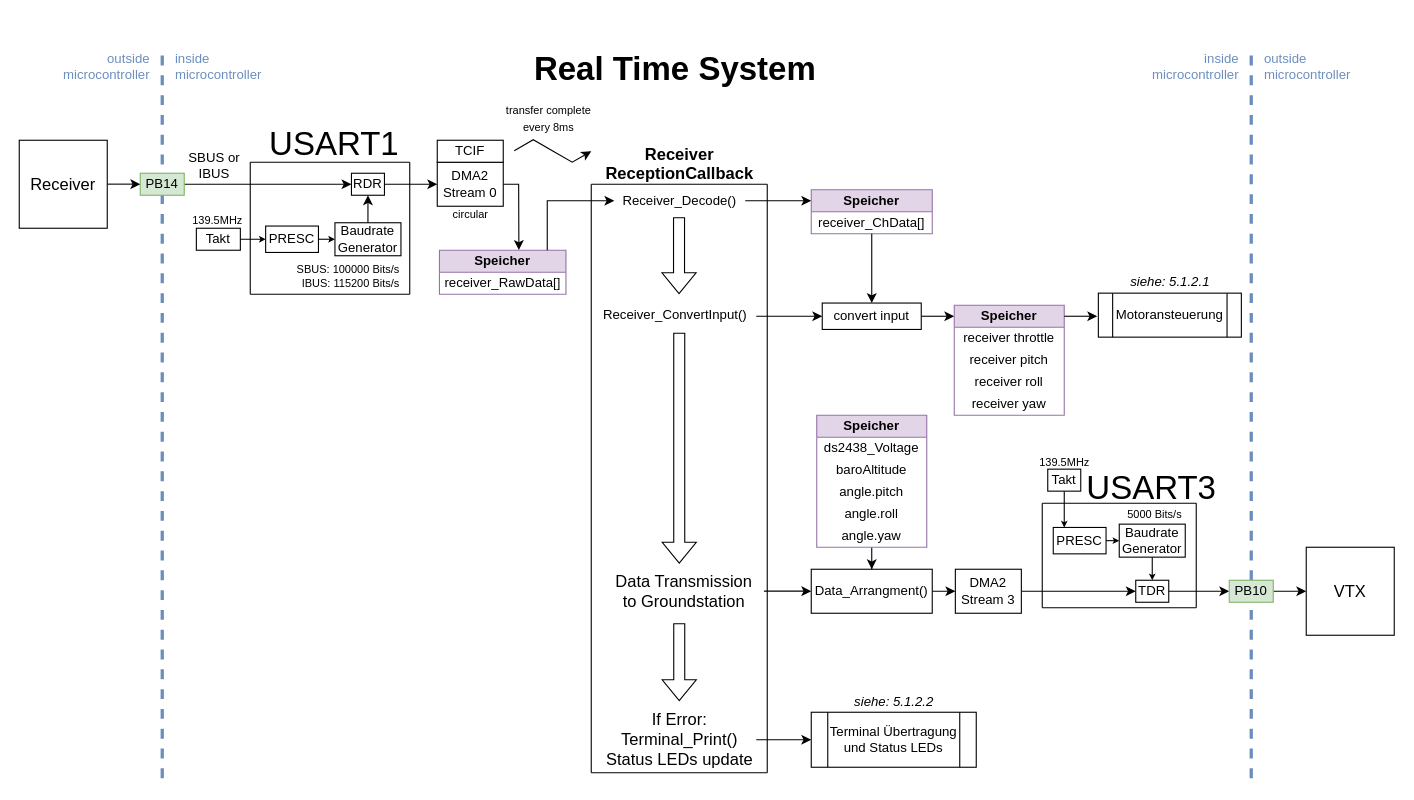
Before: page "Real Time System" (3 of 5) of Dokumentation/Bilder/Softwarearchitektur/Softwarearchitektur.drawio in FrogMoment/FPV_Drohne_202324, a draw.io diagram. Source tidied: cells renumbered, new cells numbered last; positions are measured from the earlier drawing's top-left corner, leaving out a move shared by most shapes. Both pictures are drawn from the tidied source at 110%, with x=0, y=0 at pixel (19, 41).
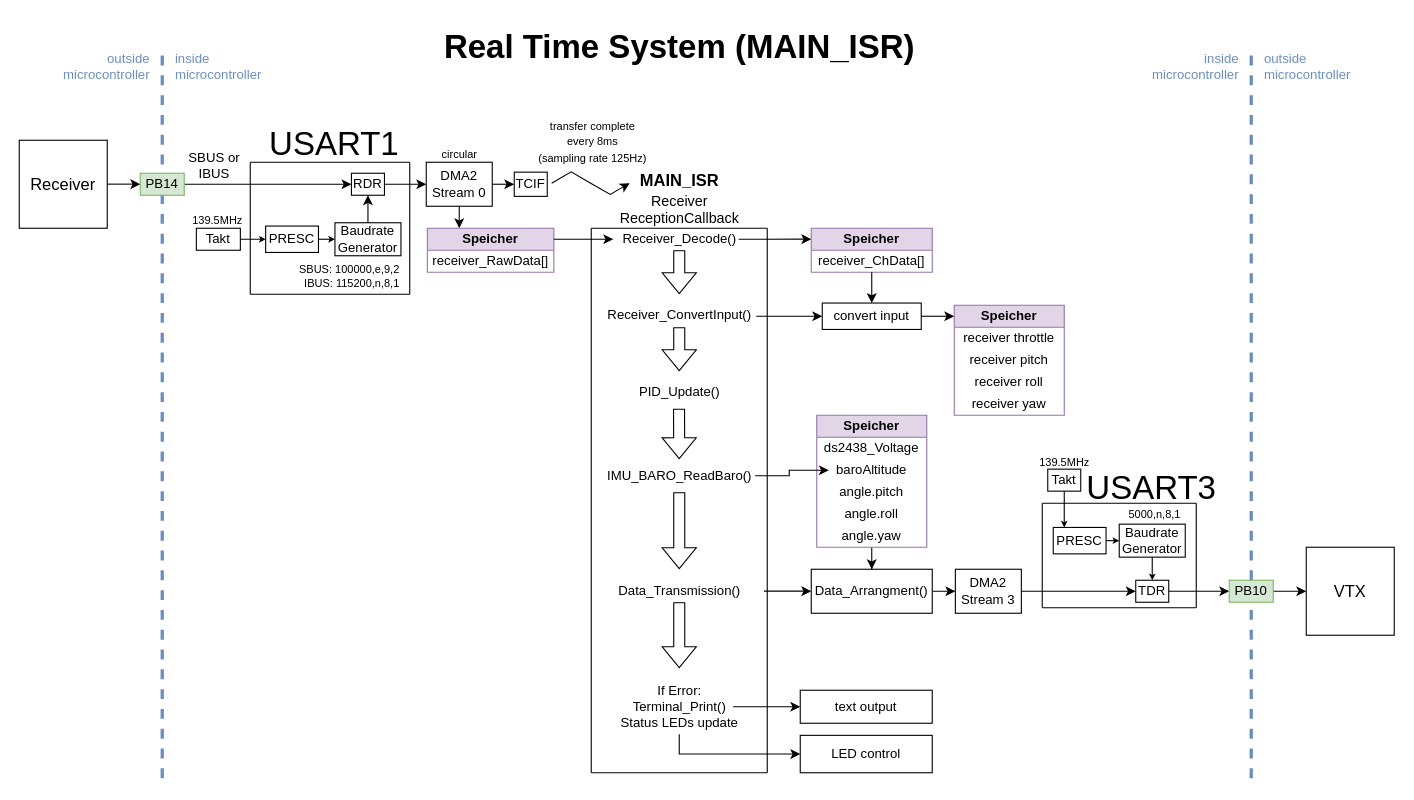
After the change.

Diff of the diagram source:
```diff
@@
-    <mxCell id="14" value="&lt;p style=&quot;line-height: 100%;&quot;&gt;&lt;/p&gt;&lt;div style=&quot;&quot;&gt;&lt;span style=&quot;font-size: 10px; background-color: initial;&quot;&gt;SBUS: 100000 Bits/s&lt;/span&gt;&lt;/div&gt;&lt;font style=&quot;font-size: 10px;&quot;&gt;&lt;div style=&quot;&quot;&gt;&lt;span style=&quot;background-color: initial;&quot;&gt;IBUS: 115200 Bits/s&lt;/span&gt;&lt;/div&gt;&lt;/font&gt;&lt;p&gt;&lt;/p&gt;" style="text;html=1;align=right;verticalAlign=middle;strokeColor=none;fillColor=none;" parent="1" vertex="1">
-      <mxGeometry x="227" y="183" width="120" height="60" as="geometry" />
+    <mxCell id="14" value="&lt;p style=&quot;line-height: 100%;&quot;&gt;&lt;/p&gt;&lt;div style=&quot;&quot;&gt;&lt;span style=&quot;font-size: 10px; background-color: initial;&quot;&gt;SBUS: 100000,e,9,2&lt;/span&gt;&lt;/div&gt;&lt;font style=&quot;font-size: 10px;&quot;&gt;&lt;div style=&quot;&quot;&gt;&lt;span style=&quot;background-color: initial;&quot;&gt;IBUS: 115200,n,8&lt;/span&gt;&lt;span style=&quot;background-color: initial;&quot;&gt;,1&lt;/span&gt;&lt;/div&gt;&lt;/font&gt;&lt;p&gt;&lt;/p&gt;" style="text;html=1;align=right;verticalAlign=middle;strokeColor=none;fillColor=none;" parent="1" vertex="1">
+      <mxGeometry x="237" y="183" width="110" height="60" as="geometry" />
     </mxCell>
@@
     <mxCell id="24" value="DMA2&lt;br&gt;Stream 0" style="whiteSpace=wrap;html=1;" parent="1" vertex="1">
-      <mxGeometry x="380" y="110" width="60" height="40" as="geometry" />
+      <mxGeometry x="370" y="110" width="60" height="40" as="geometry" />
     </mxCell>
     <mxCell id="25" value="&lt;font style=&quot;font-size: 10px;&quot;&gt;circular&lt;/font&gt;" style="text;html=1;align=center;verticalAlign=middle;strokeColor=none;fillColor=none;" parent="1" vertex="1">
-      <mxGeometry x="380" y="142" width="60" height="30" as="geometry" />
+      <mxGeometry x="370" y="88" width="60" height="30" as="geometry" />
     </mxCell>
     <mxCell id="26" value="TCIF" style="whiteSpace=wrap;html=1;" parent="1" vertex="1">
-      <mxGeometry x="380" y="90" width="60" height="20" as="geometry" />
+      <mxGeometry x="450" y="119" width="30" height="22" as="geometry" />
     </mxCell>
     <mxCell id="27" value="&lt;b&gt;Speicher&lt;/b&gt;" style="swimlane;fontStyle=0;horizontal=1;startSize=20;whiteSpace=wrap;html=1;fillColor=#e1d5e7;strokeColor=#9673a6;" parent="1" vertex="1">
-      <mxGeometry x="382" y="190" width="115" height="40" as="geometry" />
+      <mxGeometry x="371" y="170" width="115" height="40" as="geometry" />
     </mxCell>
@@
-    <mxCell id="29" value="&lt;b&gt;&lt;font style=&quot;font-size: 15px;&quot;&gt;Receiver&lt;br&gt;ReceptionCallback&lt;/font&gt;&lt;/b&gt;" style="text;html=1;align=center;verticalAlign=middle;strokeColor=none;fillColor=none;" parent="1" vertex="1">
-      <mxGeometry x="520" y="86" width="160" height="50" as="geometry" />
+    <mxCell id="29" value="&lt;font style=&quot;font-size: 13px;&quot;&gt;Receiver&lt;br&gt;ReceptionCallback&lt;/font&gt;" style="text;html=1;align=center;verticalAlign=middle;strokeColor=none;fillColor=none;" parent="1" vertex="1">
+      <mxGeometry x="535" y="133" width="130" height="40" as="geometry" />
     </mxCell>
     <mxCell id="30" style="edgeStyle=isometricEdgeStyle;endArrow=classic;html=1;rounded=0;endFill=1;" parent="1" edge="1">
       <mxGeometry relative="1" as="geometry">
-        <mxPoint x="450" y="99.5" as="sourcePoint" />
-        <mxPoint x="520" y="100" as="targetPoint" />
+        <mxPoint x="484" y="129" as="sourcePoint" />
+        <mxPoint x="555" y="129" as="targetPoint" />
       </mxGeometry>
     </mxCell>
     <mxCell id="31" value="Receiver_Decode()" style="text;html=1;align=center;verticalAlign=middle;strokeColor=none;fillColor=none;" parent="1" vertex="1">
-      <mxGeometry x="535" y="130" width="130" height="30" as="geometry" />
+      <mxGeometry x="535" y="165" width="130" height="30" as="geometry" />
     </mxCell>
     <mxCell id="32" style="endArrow=none;html=1;rounded=0;" parent="1" edge="1">
       <mxGeometry relative="1" as="geometry">
-        <mxPoint x="520" y="130" as="sourcePoint" />
-        <mxPoint x="680" y="130" as="targetPoint" />
+        <mxPoint x="520" y="170" as="sourcePoint" />
+        <mxPoint x="680" y="170" as="targetPoint" />
       </mxGeometry>
     </mxCell>
     <mxCell id="33" style="endArrow=none;html=1;rounded=0;" parent="1" edge="1">
       <mxGeometry relative="1" as="geometry">
         <mxPoint x="680" y="665" as="sourcePoint" />
-        <mxPoint x="680" y="130" as="targetPoint" />
+        <mxPoint x="680" y="170" as="targetPoint" />
       </mxGeometry>
     </mxCell>
     <mxCell id="34" style="endArrow=none;html=1;rounded=0;" parent="1" edge="1">
       <mxGeometry relative="1" as="geometry">
         <mxPoint x="520" y="665" as="sourcePoint" />
-        <mxPoint x="520" y="130" as="targetPoint" />
+        <mxPoint x="520" y="170" as="targetPoint" />
       </mxGeometry>
     </mxCell>
-    <mxCell id="35" value="&lt;font style=&quot;font-size: 10px;&quot;&gt;transfer complete&lt;br&gt;every 8ms&lt;br&gt;&lt;/font&gt;" style="text;html=1;align=center;verticalAlign=middle;strokeColor=none;fillColor=none;rotation=0;" parent="1" vertex="1">
-      <mxGeometry x="431" y="50" width="100" height="40" as="geometry" />
+    <mxCell id="35" value="&lt;font style=&quot;font-size: 10px;&quot;&gt;transfer complete&lt;br&gt;every 8ms&lt;br&gt;&lt;/font&gt;&lt;div&gt;&lt;font style=&quot;font-size: 10px;&quot;&gt;(sampling rate 125Hz)&lt;/font&gt;&lt;/div&gt;" style="text;html=1;align=center;verticalAlign=middle;strokeColor=none;fillColor=none;rotation=0;" parent="1" vertex="1">
+      <mxGeometry x="461" y="61" width="120" height="60" as="geometry" />
     </mxCell>
     <mxCell id="36" value="&lt;b&gt;Speicher&lt;/b&gt;" style="swimlane;fontStyle=0;horizontal=1;startSize=20;whiteSpace=wrap;html=1;fillColor=#e1d5e7;strokeColor=#9673a6;" parent="1" vertex="1">
-      <mxGeometry x="720" y="135" width="110" height="40" as="geometry" />
+      <mxGeometry x="720" y="170" width="110" height="40" as="geometry" />
     </mxCell>
@@
     <mxCell id="38" style="endArrow=classic;html=1;rounded=0;" parent="1" edge="1">
       <mxGeometry relative="1" as="geometry">
-        <mxPoint x="660" y="145" as="sourcePoint" />
-        <mxPoint x="720" y="145" as="targetPoint" />
+        <mxPoint x="654" y="180" as="sourcePoint" />
+        <mxPoint x="720" y="179.9" as="targetPoint" />
       </mxGeometry>
     </mxCell>
@@
-    <mxCell id="40" value="&lt;b&gt;&lt;font style=&quot;font-size: 30px;&quot;&gt;Real Time System&lt;/font&gt;&lt;/b&gt;" style="text;html=1;align=center;verticalAlign=middle;strokeColor=none;fillColor=none;" parent="1" vertex="1">
-      <mxGeometry x="456" width="280" height="50" as="geometry" />
+    <mxCell id="40" value="&lt;b&gt;&lt;font style=&quot;font-size: 30px;&quot;&gt;Real Time System (MAIN_ISR)&lt;/font&gt;&lt;/b&gt;" style="text;html=1;align=center;verticalAlign=middle;strokeColor=none;fillColor=none;" parent="1" vertex="1">
+      <mxGeometry x="375" y="-20" width="450" height="50" as="geometry" />
     </mxCell>
-    <mxCell id="41" style="endArrow=classic;html=1;rounded=0;exitX=1;exitY=0.5;exitDx=0;exitDy=0;entryX=0.628;entryY=-0.005;entryDx=0;entryDy=0;entryPerimeter=0;" parent="1" edge="1" source="24" target="27">
+    <mxCell id="41" style="endArrow=classic;html=1;rounded=0;" parent="1" edge="1">
       <mxGeometry relative="1" as="geometry">
-        <Array as="points">
-          <mxPoint x="454" y="130" />
-        </Array>
+        <mxPoint x="400" y="150" as="sourcePoint" />
+        <mxPoint x="400" y="170" as="targetPoint" />
       </mxGeometry>
     </mxCell>
-    <mxCell id="42" style="endArrow=classic;html=1;rounded=0;" parent="1" edge="1">
+    <mxCell id="42" style="endArrow=classic;html=1;rounded=0;exitX=1;exitY=0.25;exitDx=0;exitDy=0;" parent="1" edge="1" source="27">
       <mxGeometry relative="1" as="geometry">
-        <mxPoint x="480" y="190" as="sourcePoint" />
-        <mxPoint x="541" y="145" as="targetPoint" />
+        <mxPoint x="540" y="180" as="targetPoint" />
         <Array as="points">
-          <mxPoint x="480" y="145" />
+          <mxPoint x="520" y="180" />
         </Array>
       </mxGeometry>
     </mxCell>
     <mxCell id="43" style="shape=flexArrow;endArrow=classic;html=1;rounded=0;" parent="1" edge="1">
       <mxGeometry relative="1" as="geometry">
-        <mxPoint x="599.8" y="160" as="sourcePoint" />
-        <mxPoint x="599.8" y="230" as="targetPoint" />
+        <mxPoint x="600" y="190" as="sourcePoint" />
+        <mxPoint x="600" y="230" as="targetPoint" />
       </mxGeometry>
     </mxCell>
     <mxCell id="44" value="Receiver_ConvertInput()" style="text;html=1;align=center;verticalAlign=middle;strokeColor=none;fillColor=none;" parent="1" vertex="1">
-      <mxGeometry x="521" y="234" width="150" height="30" as="geometry" />
+      <mxGeometry x="525" y="234" width="150" height="30" as="geometry" />
     </mxCell>
@@
     <mxCell id="48" style="endArrow=classic;html=1;rounded=0;" parent="1" edge="1">
       <mxGeometry relative="1" as="geometry">
-        <mxPoint x="775" y="175" as="sourcePoint" />
+        <mxPoint x="775" y="210" as="sourcePoint" />
         <mxPoint x="775" y="238" as="targetPoint" />
       </mxGeometry>
     </mxCell>
@@
-    <mxCell id="54" value="Motoransteuerung" style="shape=process;whiteSpace=wrap;html=1;backgroundOutline=1;" parent="1" vertex="1">
-      <mxGeometry x="981" y="229" width="130" height="40" as="geometry" />
-    </mxCell>
-    <mxCell id="55" style="endArrow=classic;html=1;rounded=0;" parent="1" edge="1">
-      <mxGeometry relative="1" as="geometry">
-        <mxPoint x="950" y="250" as="sourcePoint" />
-        <mxPoint x="980" y="250" as="targetPoint" />
-      </mxGeometry>
-    </mxCell>
@@
     <mxCell id="57" style="endArrow=classic;html=1;rounded=0;shape=flexArrow;" parent="1" edge="1">
       <mxGeometry relative="1" as="geometry">
-        <mxPoint x="600" y="265" as="sourcePoint" />
-        <mxPoint x="600" y="475" as="targetPoint" />
+        <mxPoint x="600" y="260" as="sourcePoint" />
+        <mxPoint x="600" y="300" as="targetPoint" />
       </mxGeometry>
     </mxCell>
-    <mxCell id="58" value="&lt;font style=&quot;font-size: 15px;&quot;&gt;Data Transmission&lt;br&gt;to Groundstation&lt;br&gt;&lt;/font&gt;" style="text;html=1;align=center;verticalAlign=middle;strokeColor=none;fillColor=none;" parent="1" vertex="1">
-      <mxGeometry x="529" y="475" width="150" height="50" as="geometry" />
+    <mxCell id="58" value="&lt;font style=&quot;font-size: 12px;&quot;&gt;Data_Transmission()&lt;/font&gt;" style="text;html=1;align=center;verticalAlign=middle;strokeColor=none;fillColor=none;" parent="1" vertex="1">
+      <mxGeometry x="535" y="485" width="130" height="30" as="geometry" />
     </mxCell>
@@
     <mxCell id="60" style="endArrow=classic;html=1;rounded=0;shape=flexArrow;" parent="1" edge="1">
       <mxGeometry relative="1" as="geometry">
-        <mxPoint x="600" y="529" as="sourcePoint" />
-        <mxPoint x="600" y="600" as="targetPoint" />
+        <mxPoint x="600" y="510" as="sourcePoint" />
+        <mxPoint x="600" y="570" as="targetPoint" />
       </mxGeometry>
     </mxCell>
-    <mxCell id="61" value="&lt;font style=&quot;font-size: 15px;&quot;&gt;If Error:&lt;br&gt;Terminal_Print()&lt;br&gt;Status LEDs update&lt;br&gt;&lt;/font&gt;" style="text;html=1;align=center;verticalAlign=middle;strokeColor=none;fillColor=none;" parent="1" vertex="1">
-      <mxGeometry x="520" y="599" width="160" height="70" as="geometry" />
+    <mxCell id="61" value="&lt;font style=&quot;font-size: 12px;&quot;&gt;If Error:&lt;br&gt;Terminal_Print()&lt;br&gt;Status LEDs update&lt;br&gt;&lt;/font&gt;" style="text;html=1;align=center;verticalAlign=middle;strokeColor=none;fillColor=none;" parent="1" vertex="1">
+      <mxGeometry x="535" y="575" width="130" height="60" as="geometry" />
     </mxCell>
@@
-    <mxCell id="73" value="&lt;font style=&quot;font-size: 10px;&quot;&gt;5000 Bits/s&lt;/font&gt;" style="text;html=1;align=center;verticalAlign=middle;strokeColor=none;fillColor=none;" parent="1" vertex="1">
+    <mxCell id="73" value="&lt;font style=&quot;font-size: 10px;&quot;&gt;5000,n,8,1&lt;/font&gt;" style="text;html=1;align=center;verticalAlign=middle;strokeColor=none;fillColor=none;" parent="1" vertex="1">
       <mxGeometry x="997" y="415" width="70" height="30" as="geometry" />
     </mxCell>
@@
-    <mxCell id="84" value="Terminal Übertragung&lt;br&gt;und Status LEDs" style="shape=process;whiteSpace=wrap;html=1;backgroundOutline=1;" parent="1" vertex="1">
-      <mxGeometry x="720" y="610" width="150" height="50" as="geometry" />
-    </mxCell>
-    <mxCell id="85" style="endArrow=classic;html=1;rounded=0;entryX=0;entryY=0.5;entryDx=0;entryDy=0;" parent="1" edge="1" target="84">
-      <mxGeometry relative="1" as="geometry">
-        <mxPoint x="670" y="635" as="sourcePoint" />
-      </mxGeometry>
-    </mxCell>
-    <mxCell id="86" value="&lt;i&gt;siehe: 5.1.2.2&lt;/i&gt;" style="text;html=1;align=center;verticalAlign=middle;strokeColor=none;fillColor=none;" parent="1" vertex="1">
-      <mxGeometry x="745" y="586" width="100" height="30" as="geometry" />
-    </mxCell>
@@
-    <mxCell id="91" value="&lt;i&gt;siehe: 5.1.2.1&lt;/i&gt;" style="text;html=1;align=center;verticalAlign=middle;strokeColor=none;fillColor=none;" parent="1" vertex="1">
-      <mxGeometry x="996" y="204" width="100" height="30" as="geometry" />
-    </mxCell>
@@
+    <mxCell id="98" style="endArrow=classic;html=1;rounded=0;exitX=1;exitY=0.5;exitDx=0;exitDy=0;entryX=0;entryY=0.5;entryDx=0;entryDy=0;" parent="1" edge="1" source="24" target="26">
+      <mxGeometry relative="1" as="geometry" />
+    </mxCell>
+    <mxCell id="99" value="&lt;font style=&quot;font-size: 15px;&quot;&gt;&lt;b&gt;MAIN_ISR&lt;/b&gt;&lt;/font&gt;" style="text;html=1;align=center;verticalAlign=middle;strokeColor=none;fillColor=none;" parent="1" vertex="1">
+      <mxGeometry x="550" y="111" width="100" height="30" as="geometry" />
+    </mxCell>
+    <mxCell id="100" value="&lt;div&gt;&lt;span style=&quot;background-color: initial;&quot;&gt;IMU_BARO_ReadBaro()&lt;/span&gt;&lt;br&gt;&lt;/div&gt;" style="text;html=1;align=center;verticalAlign=middle;strokeColor=none;fillColor=none;" parent="1" vertex="1">
+      <mxGeometry x="525" y="380" width="150" height="30" as="geometry" />
+    </mxCell>
+    <mxCell id="101" value="&lt;div&gt;PID_Update()&lt;/div&gt;" style="text;html=1;align=center;verticalAlign=middle;strokeColor=none;fillColor=none;" parent="1" vertex="1">
+      <mxGeometry x="550" y="304" width="100" height="30" as="geometry" />
+    </mxCell>
+    <mxCell id="102" style="endArrow=classic;html=1;rounded=0;shape=flexArrow;" parent="1" edge="1">
+      <mxGeometry relative="1" as="geometry">
+        <mxPoint x="599.8" y="334" as="sourcePoint" />
+        <mxPoint x="600" y="380" as="targetPoint" />
+      </mxGeometry>
+    </mxCell>
+    <mxCell id="103" style="endArrow=classic;html=1;rounded=0;shape=flexArrow;" parent="1" edge="1">
+      <mxGeometry relative="1" as="geometry">
+        <mxPoint x="600" y="410" as="sourcePoint" />
+        <mxPoint x="600" y="480" as="targetPoint" />
+      </mxGeometry>
+    </mxCell>
+    <mxCell id="104" style="endArrow=classic;html=1;rounded=0;" parent="1" edge="1">
+      <mxGeometry relative="1" as="geometry">
+        <mxPoint x="669" y="395" as="sourcePoint" />
+        <mxPoint x="736" y="390" as="targetPoint" />
+        <Array as="points">
+          <mxPoint x="700" y="395" />
+          <mxPoint x="700" y="390" />
+        </Array>
+      </mxGeometry>
+    </mxCell>
+    <mxCell id="105" value="text output" style="rounded=0;whiteSpace=wrap;html=1;" parent="1" vertex="1">
+      <mxGeometry x="710" y="590" width="120" height="30" as="geometry" />
+    </mxCell>
+    <mxCell id="106" value="LED control" style="rounded=0;whiteSpace=wrap;html=1;" parent="1" vertex="1">
+      <mxGeometry x="710" y="631" width="120" height="34" as="geometry" />
+    </mxCell>
+    <mxCell id="107" style="endArrow=classic;html=1;rounded=0;entryX=0;entryY=0.5;entryDx=0;entryDy=0;" parent="1" edge="1" target="105">
+      <mxGeometry relative="1" as="geometry">
+        <mxPoint x="649" y="605" as="sourcePoint" />
+      </mxGeometry>
+    </mxCell>
+    <mxCell id="108" style="endArrow=classic;html=1;rounded=0;" parent="1" edge="1">
+      <mxGeometry relative="1" as="geometry">
+        <mxPoint x="600" y="630" as="sourcePoint" />
+        <mxPoint x="710" y="648" as="targetPoint" />
+        <Array as="points">
+          <mxPoint x="600" y="648" />
+        </Array>
+      </mxGeometry>
+    </mxCell>
```
